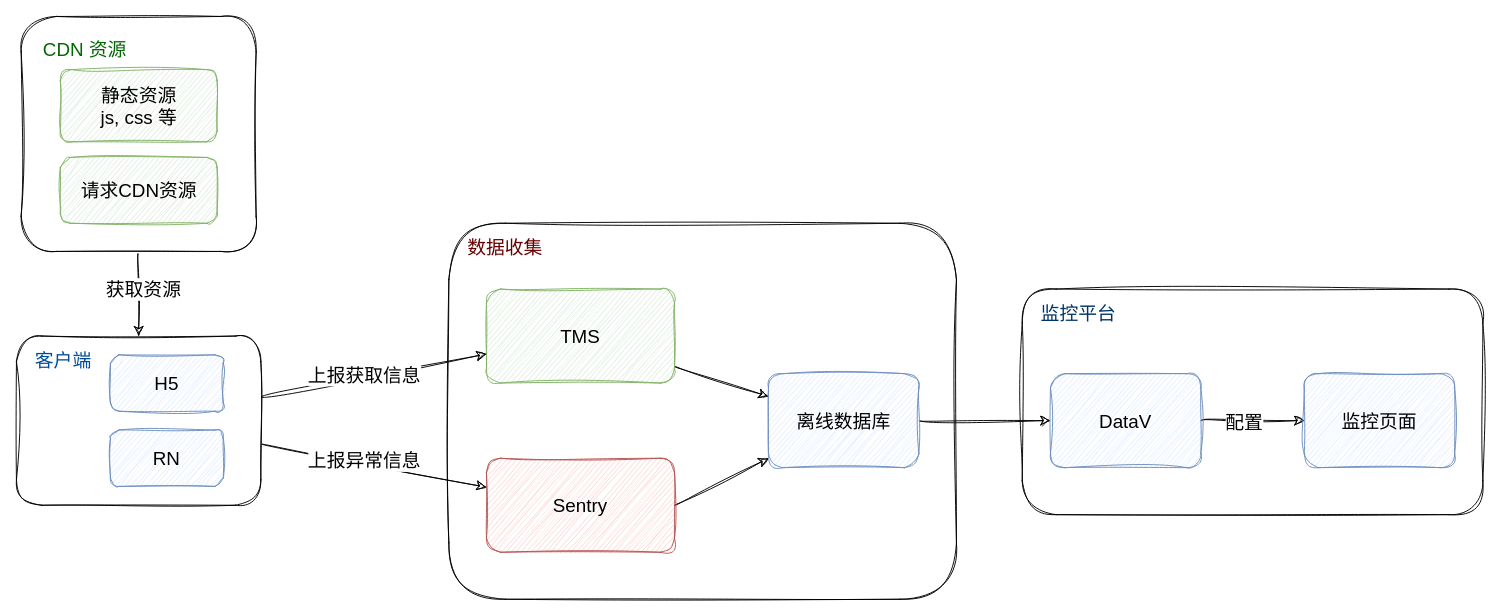
Darkindom/draw-the-diagrams keeps this draw.io diagram as CDN.drawio. Above is the earlier version. Source tidied: cells renumbered, new cells numbered last; positions are measured from the earlier drawing's top-left corner, leaving out a move shared by most shapes. Both pictures are drawn from the tidied source at 94%, with x=0, y=0 at pixel (16, 16).
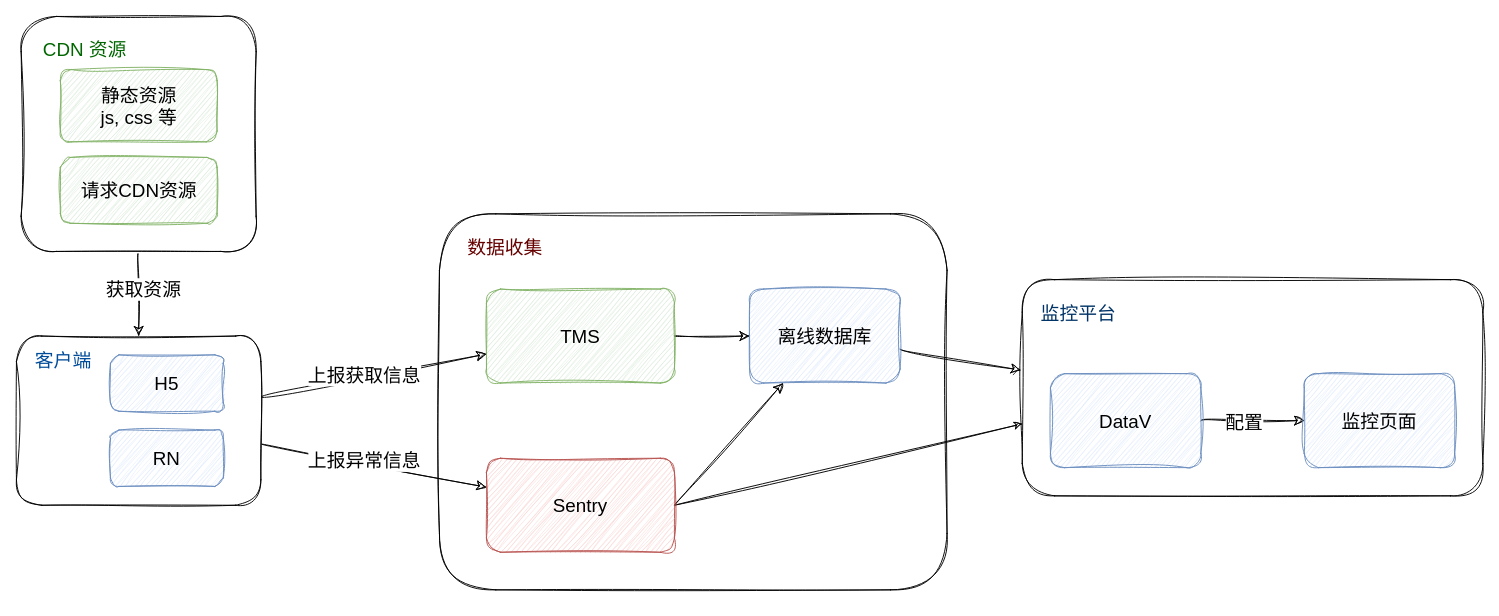
The same diagram, later.

The change refers to these unchanged cells:
```xml
<mxCell id="21" value="Sentry" style="whiteSpace=wrap;html=1;fontSize=20;fontFamily=手札体-简;rounded=1;sketch=1;hachureGap=4;jiggle=2;curveFitting=1;fillColor=#f8cecc;strokeColor=#b85450;" parent="1" vertex="1">
  <mxGeometry x="500" y="470" width="200" height="100" as="geometry" />
</mxCell>
<mxCell id="27" value="DataV" style="whiteSpace=wrap;html=1;fontSize=20;fontFamily=手札体-简;rounded=1;sketch=1;hachureGap=4;jiggle=2;curveFitting=1;fillColor=#dae8fc;strokeColor=#6c8ebf;" parent="1" vertex="1">
  <mxGeometry x="1100" y="380" width="160" height="100" as="geometry" />
</mxCell>
```

The edit, as a diff of the source:
```diff
@@
     <mxCell id="2" style="rounded=1;whiteSpace=wrap;html=1;sketch=1;hachureGap=4;jiggle=2;curveFitting=1;fontFamily=手札体-简;fontSize=20;" parent="1" vertex="1">
-      <mxGeometry x="1070" y="290" width="490" height="240" as="geometry" />
+      <mxGeometry x="1070" y="280" width="490" height="230" as="geometry" />
     </mxCell>
     <mxCell id="3" style="rounded=1;whiteSpace=wrap;html=1;sketch=1;hachureGap=4;jiggle=2;curveFitting=1;fontFamily=手札体-简;fontSize=20;" parent="1" vertex="1">
-      <mxGeometry x="460" y="220" width="540" height="400" as="geometry" />
+      <mxGeometry x="450" y="210" width="540" height="400" as="geometry" />
     </mxCell>
@@
+    <mxCell id="30" style="rounded=0;sketch=1;hachureGap=4;jiggle=2;curveFitting=1;jettySize=auto;html=1;exitX=1;exitY=0.5;exitDx=0;exitDy=0;fontFamily=Architects Daughter;fontSize=16;entryX=0;entryY=0.667;entryDx=0;entryDy=0;entryPerimeter=0;" parent="1" edge="1" source="21" target="2">
+      <mxGeometry relative="1" as="geometry" />
+    </mxCell>
@@
-    <mxCell id="22" style="edgeStyle=none;curved=1;rounded=0;sketch=1;hachureGap=4;jiggle=2;curveFitting=1;jettySize=auto;html=1;fontFamily=手札体-简;fontSize=16;startSize=8;endSize=8;" parent="1" edge="1" source="23" target="27">
+    <mxCell id="22" style="edgeStyle=none;curved=1;rounded=0;sketch=1;hachureGap=4;jiggle=2;curveFitting=1;jettySize=auto;html=1;fontFamily=手札体-简;fontSize=16;startSize=8;endSize=8;entryX=-0.003;entryY=0.419;entryDx=0;entryDy=0;entryPerimeter=0;" parent="1" edge="1" source="23" target="2">
       <mxGeometry relative="1" as="geometry" />
     </mxCell>
     <mxCell id="23" value="离线数据库" style="whiteSpace=wrap;html=1;fontSize=20;fontFamily=手札体-简;rounded=1;sketch=1;hachureGap=4;jiggle=2;curveFitting=1;fillColor=#dae8fc;strokeColor=#6c8ebf;" parent="1" vertex="1">
-      <mxGeometry x="800" y="380" width="160" height="100" as="geometry" />
+      <mxGeometry x="780" y="290" width="160" height="100" as="geometry" />
     </mxCell>
```
